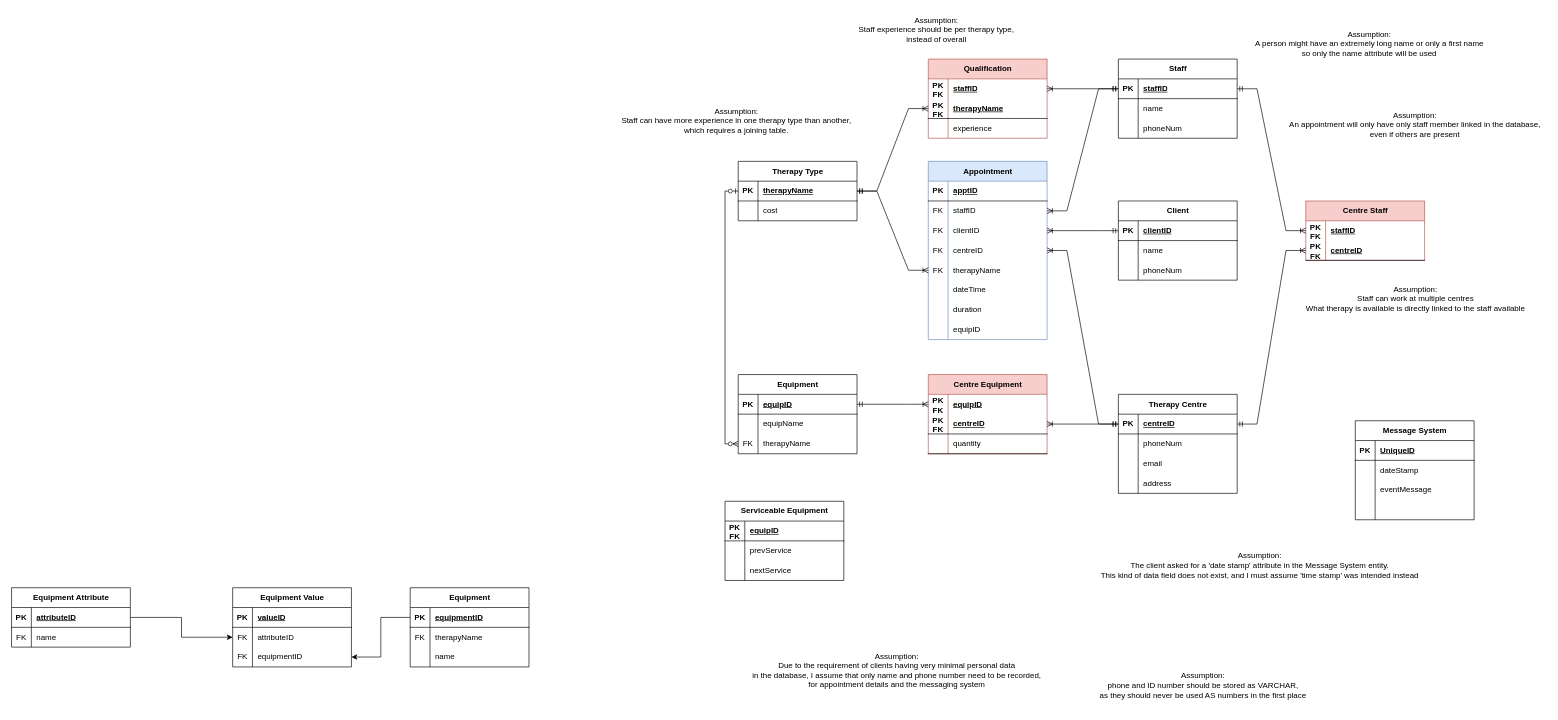
This is Task3a.drawio from Cowsox/Cowsox, a draw.io file, before an edit. Source tidied: cells renumbered, new cells numbered last; positions are measured from the earlier drawing's top-left corner, leaving out a move shared by most shapes. Both pictures are drawn from the tidied source at 66%, with x=0, y=0 at pixel (11, 11).
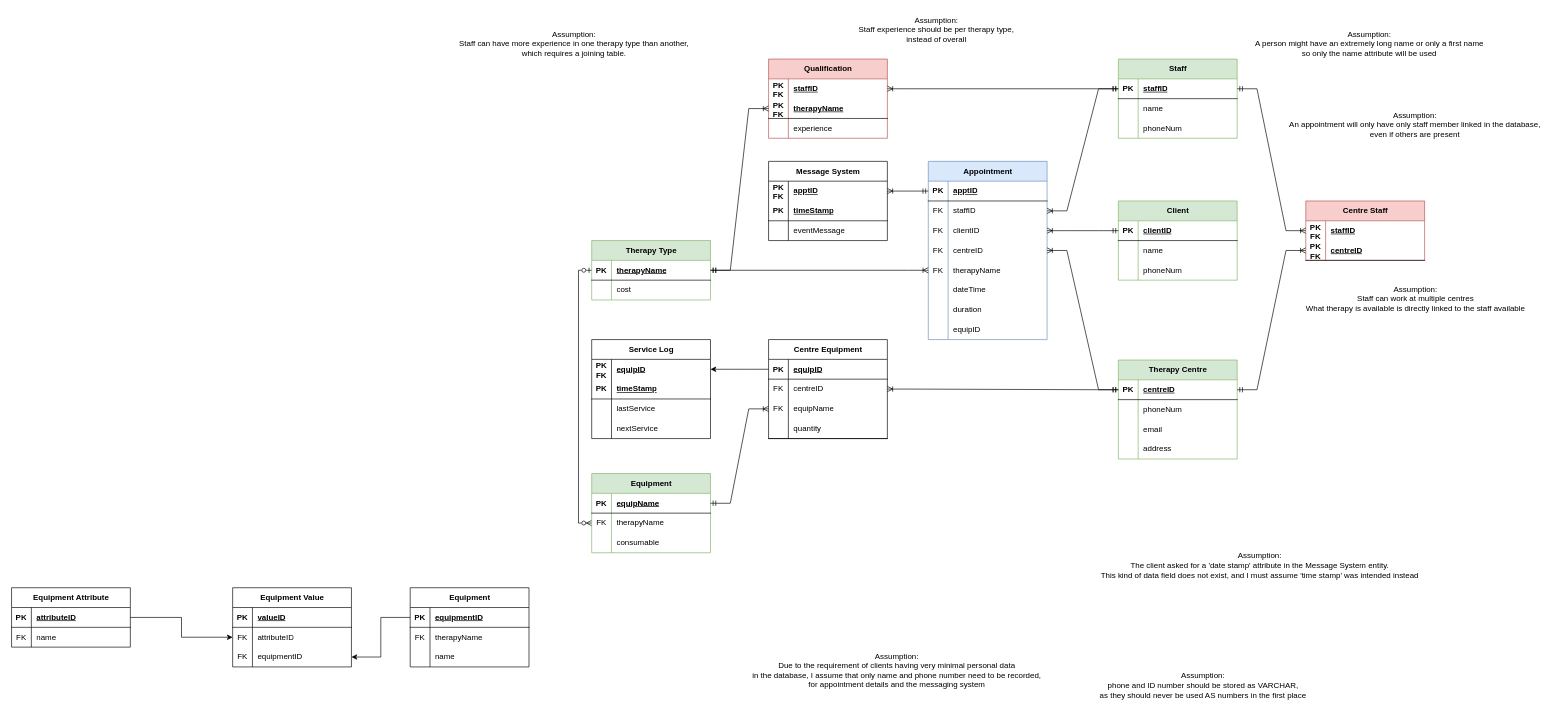
After the change.

Unchanged cells that the change refers to:
```xml
<mxCell id="23" style="shape=tableRow;horizontal=0;startSize=0;swimlaneHead=0;swimlaneBody=0;fillColor=none;points=[[0,0.5],[1,0.5]];portConstraint=eastwest;top=0;left=0;right=0;bottom=1;" parent="22" vertex="1">
  <mxGeometry y="30" width="180" height="30" as="geometry" />
</mxCell>
<mxCell id="44" style="shape=tableRow;horizontal=0;startSize=0;swimlaneHead=0;swimlaneBody=0;fillColor=none;points=[[0,0.5],[1,0.5]];portConstraint=eastwest;top=0;left=0;right=0;bottom=1;" parent="43" vertex="1">
  <mxGeometry y="30" width="180" height="30" as="geometry" />
</mxCell>
```

Change to the diagram source:
```diff
@@
-    <mxCell id="2" value="Client" style="shape=table;startSize=30;childLayout=tableLayout;rowLines=0;fontStyle=1;align=center;html=1;" parent="1" vertex="1">
+    <mxCell id="2" value="Client" style="shape=table;startSize=30;childLayout=tableLayout;rowLines=0;fontStyle=1;align=center;html=1;fillColor=#d5e8d4;strokeColor=#82b366;" parent="1" vertex="1">
       <mxGeometry x="1677" y="287" width="180" height="120" as="geometry" />
     </mxCell>
@@
-    <mxCell id="12" value="Staff" style="shape=table;startSize=30;childLayout=tableLayout;rowLines=0;fontStyle=1;align=center;html=1;" parent="1" vertex="1">
+    <mxCell id="12" value="Staff" style="shape=table;startSize=30;childLayout=tableLayout;rowLines=0;fontStyle=1;align=center;html=1;fillColor=#d5e8d4;strokeColor=#82b366;" parent="1" vertex="1">
       <mxGeometry x="1677" y="72" width="180" height="120" as="geometry" />
     </mxCell>
@@
-    <mxCell id="22" value="Therapy Centre" style="shape=table;startSize=30;childLayout=tableLayout;rowLines=0;fontStyle=1;align=center;html=1;" parent="1" vertex="1">
-      <mxGeometry x="1677" y="580" width="180" height="150" as="geometry" />
+    <mxCell id="22" value="Therapy Centre" style="shape=table;startSize=30;childLayout=tableLayout;rowLines=0;fontStyle=1;align=center;html=1;fillColor=#d5e8d4;strokeColor=#82b366;" parent="1" vertex="1">
+      <mxGeometry x="1677" y="528" width="180" height="150" as="geometry" />
     </mxCell>
@@
-    <mxCell id="36" value="Therapy Type" style="shape=table;startSize=30;childLayout=tableLayout;rowLines=0;fontStyle=1;align=center;html=1;" parent="1" vertex="1">
-      <mxGeometry x="1101" y="227" width="180" height="90" as="geometry" />
+    <mxCell id="36" value="Therapy Type" style="shape=table;startSize=30;childLayout=tableLayout;rowLines=0;fontStyle=1;align=center;html=1;fillColor=#d5e8d4;strokeColor=#82b366;" parent="1" vertex="1">
+      <mxGeometry x="879" y="347" width="180" height="90" as="geometry" />
     </mxCell>
@@
-    <mxCell id="78" value="Centre Equipment" style="shape=table;startSize=30;childLayout=tableLayout;rowLines=0;fontStyle=1;align=center;html=1;fillColor=#f8cecc;strokeColor=#b85450;" parent="1" vertex="1">
-      <mxGeometry x="1389" y="550" width="180" height="120" as="geometry" />
+    <mxCell id="78" value="Centre Equipment" style="shape=table;startSize=30;childLayout=tableLayout;rowLines=0;fontStyle=1;align=center;html=1;" parent="1" vertex="1">
+      <mxGeometry x="1147" y="497" width="180" height="150" as="geometry" />
     </mxCell>
-    <mxCell id="79" style="shape=tableRow;horizontal=0;startSize=0;swimlaneHead=0;swimlaneBody=0;fillColor=none;points=[[0,0.5],[1,0.5]];portConstraint=eastwest;top=0;left=0;right=0;bottom=0;strokeColor=inherit;" parent="78" vertex="1">
-      <mxGeometry y="30" width="180" height="30" as="geometry" />
-    </mxCell>
-    <mxCell id="80" value="PK FK" style="shape=partialRectangle;fillColor=none;top=0;left=0;bottom=0;right=0;fontStyle=1;overflow=hidden;whiteSpace=wrap;html=1;" parent="79" vertex="1">
-      <mxGeometry width="30" height="30" as="geometry" />
-    </mxCell>
-    <mxCell id="81" value="equipID" style="shape=partialRectangle;fillColor=none;top=0;left=0;bottom=0;right=0;align=left;spacingLeft=6;fontStyle=5;overflow=hidden;whiteSpace=wrap;html=1;strokeColor=inherit;" parent="79" vertex="1">
-      <mxGeometry x="30" width="150" height="30" as="geometry" />
-    </mxCell>
     <mxCell id="82" style="shape=tableRow;horizontal=0;startSize=0;swimlaneHead=0;swimlaneBody=0;fillColor=none;points=[[0,0.5],[1,0.5]];portConstraint=eastwest;top=0;left=0;right=0;bottom=1;" parent="78" vertex="1">
-      <mxGeometry y="60" width="180" height="30" as="geometry" />
+      <mxGeometry y="30" width="180" height="30" as="geometry" />
     </mxCell>
-    <mxCell id="83" value="PK FK" style="shape=partialRectangle;fillColor=none;top=0;left=0;bottom=0;right=0;fontStyle=1;overflow=hidden;whiteSpace=wrap;html=1;" parent="82" vertex="1">
+    <mxCell id="83" value="PK" style="shape=partialRectangle;fillColor=none;top=0;left=0;bottom=0;right=0;fontStyle=1;overflow=hidden;whiteSpace=wrap;html=1;" parent="82" vertex="1">
       <mxGeometry width="30" height="30" as="geometry" />
     </mxCell>
-    <mxCell id="84" value="centreID" style="shape=partialRectangle;fillColor=none;top=0;left=0;bottom=0;right=0;align=left;spacingLeft=6;fontStyle=5;overflow=hidden;whiteSpace=wrap;html=1;strokeColor=default;" parent="82" vertex="1">
+    <mxCell id="84" value="equipID" style="shape=partialRectangle;fillColor=none;top=0;left=0;bottom=0;right=0;align=left;spacingLeft=6;fontStyle=5;overflow=hidden;whiteSpace=wrap;html=1;strokeColor=default;" parent="82" vertex="1">
       <mxGeometry x="30" width="150" height="30" as="geometry" />
     </mxCell>
+    <mxCell id="175" style="shape=tableRow;horizontal=0;startSize=0;swimlaneHead=0;swimlaneBody=0;fillColor=none;points=[[0,0.5],[1,0.5]];portConstraint=eastwest;top=0;left=0;right=0;bottom=0;" parent="78" vertex="1">
+      <mxGeometry y="60" width="180" height="30" as="geometry" />
+    </mxCell>
+    <mxCell id="176" value="&lt;span style=&quot;font-weight: normal;&quot;&gt;FK&lt;/span&gt;" style="shape=partialRectangle;fillColor=none;top=0;left=0;bottom=0;right=0;fontStyle=1;overflow=hidden;whiteSpace=wrap;html=1;" parent="175" vertex="1">
+      <mxGeometry width="30" height="30" as="geometry" />
+    </mxCell>
+    <mxCell id="177" value="&lt;span style=&quot;font-weight: normal;&quot;&gt;centreID&lt;/span&gt;" style="shape=partialRectangle;fillColor=none;top=0;left=0;bottom=0;right=0;align=left;spacingLeft=6;fontStyle=1;overflow=hidden;whiteSpace=wrap;html=1;" parent="175" vertex="1">
+      <mxGeometry x="30" width="150" height="30" as="geometry" />
+    </mxCell>
+    <mxCell id="178" style="shape=tableRow;horizontal=0;startSize=0;swimlaneHead=0;swimlaneBody=0;fillColor=none;points=[[0,0.5],[1,0.5]];portConstraint=eastwest;top=0;left=0;right=0;bottom=0;" parent="78" vertex="1">
+      <mxGeometry y="90" width="180" height="30" as="geometry" />
+    </mxCell>
+    <mxCell id="179" value="&lt;span style=&quot;font-weight: normal;&quot;&gt;FK&lt;/span&gt;" style="shape=partialRectangle;fillColor=none;top=0;left=0;bottom=0;right=0;fontStyle=1;overflow=hidden;whiteSpace=wrap;html=1;" parent="178" vertex="1">
+      <mxGeometry width="30" height="30" as="geometry" />
+    </mxCell>
+    <mxCell id="180" value="&lt;span style=&quot;font-weight: normal;&quot;&gt;equipName&lt;/span&gt;" style="shape=partialRectangle;fillColor=none;top=0;left=0;bottom=0;right=0;align=left;spacingLeft=6;fontStyle=1;overflow=hidden;whiteSpace=wrap;html=1;" parent="178" vertex="1">
+      <mxGeometry x="30" width="150" height="30" as="geometry" />
+    </mxCell>
     <mxCell id="85" style="shape=tableRow;horizontal=0;startSize=0;swimlaneHead=0;swimlaneBody=0;fillColor=none;top=0;left=0;right=0;bottom=1;" parent="78" vertex="1">
-      <mxGeometry y="90" width="180" height="30" as="geometry" />
+      <mxGeometry y="120" width="180" height="30" as="geometry" />
     </mxCell>
@@
     <mxCell id="88" value="Qualification" style="shape=table;startSize=30;childLayout=tableLayout;rowLines=0;fontStyle=1;align=center;html=1;fillColor=#f8cecc;strokeColor=#b85450;" parent="1" vertex="1">
-      <mxGeometry x="1389" y="72" width="180" height="120" as="geometry" />
+      <mxGeometry x="1147" y="72" width="180" height="120" as="geometry" />
     </mxCell>
@@
-    <mxCell id="100" value="Serviceable Equipment" style="shape=table;startSize=30;childLayout=tableLayout;rowLines=0;fontStyle=1;align=center;html=1;" parent="1" vertex="1">
-      <mxGeometry x="1081" y="742" width="180" height="120" as="geometry" />
+    <mxCell id="100" value="Service Log" style="shape=table;startSize=30;childLayout=tableLayout;rowLines=0;fontStyle=1;align=center;html=1;" parent="1" vertex="1">
+      <mxGeometry x="879" y="497" width="180" height="150" as="geometry" />
     </mxCell>
+    <mxCell id="181" style="shape=tableRow;horizontal=0;startSize=0;swimlaneHead=0;swimlaneBody=0;fillColor=none;points=[[0,0.5],[1,0.5]];portConstraint=eastwest;top=0;left=0;right=0;bottom=0;" parent="100" vertex="1">
+      <mxGeometry y="30" width="180" height="30" as="geometry" />
+    </mxCell>
+    <mxCell id="182" value="PK FK" style="shape=partialRectangle;fillColor=none;top=0;left=0;bottom=0;right=0;fontStyle=1;overflow=hidden;whiteSpace=wrap;html=1;" parent="181" vertex="1">
+      <mxGeometry width="30" height="30" as="geometry" />
+    </mxCell>
+    <mxCell id="81" value="equipID" style="shape=partialRectangle;fillColor=none;top=0;left=0;bottom=0;right=0;align=left;spacingLeft=6;fontStyle=5;overflow=hidden;whiteSpace=wrap;html=1;" parent="181" vertex="1">
+      <mxGeometry x="30" width="150" height="30" as="geometry" />
+    </mxCell>
     <mxCell id="101" style="shape=tableRow;horizontal=0;startSize=0;swimlaneHead=0;swimlaneBody=0;fillColor=none;top=0;left=0;right=0;bottom=1;" parent="100" vertex="1">
-      <mxGeometry y="30" width="180" height="30" as="geometry" />
+      <mxGeometry y="60" width="180" height="30" as="geometry" />
     </mxCell>
-    <mxCell id="102" value="PK FK" style="shape=partialRectangle;fillColor=none;top=0;left=0;bottom=0;right=0;fontStyle=1;overflow=hidden;whiteSpace=wrap;html=1;" parent="101" vertex="1">
+    <mxCell id="102" value="PK" style="shape=partialRectangle;fillColor=none;top=0;left=0;bottom=0;right=0;fontStyle=1;overflow=hidden;whiteSpace=wrap;html=1;" parent="101" vertex="1">
       <mxGeometry width="30" height="30" as="geometry" />
     </mxCell>
-    <mxCell id="103" value="equipID" style="shape=partialRectangle;fillColor=none;top=0;left=0;bottom=0;right=0;align=left;spacingLeft=6;fontStyle=5;overflow=hidden;whiteSpace=wrap;html=1;" parent="101" vertex="1">
+    <mxCell id="103" value="timeStamp" style="shape=partialRectangle;fillColor=none;top=0;left=0;bottom=0;right=0;align=left;spacingLeft=6;fontStyle=5;overflow=hidden;whiteSpace=wrap;html=1;" parent="101" vertex="1">
       <mxGeometry x="30" width="150" height="30" as="geometry" />
     </mxCell>
     <mxCell id="104" style="shape=tableRow;horizontal=0;startSize=0;swimlaneHead=0;swimlaneBody=0;fillColor=none;top=0;left=0;right=0;bottom=0;" parent="100" vertex="1">
-      <mxGeometry y="60" width="180" height="30" as="geometry" />
+      <mxGeometry y="90" width="180" height="30" as="geometry" />
     </mxCell>
@@
-    <mxCell id="106" value="prevService" style="shape=partialRectangle;fillColor=none;top=0;left=0;bottom=0;right=0;align=left;spacingLeft=6;overflow=hidden;whiteSpace=wrap;html=1;" parent="104" vertex="1">
+    <mxCell id="106" value="lastService" style="shape=partialRectangle;fillColor=none;top=0;left=0;bottom=0;right=0;align=left;spacingLeft=6;overflow=hidden;whiteSpace=wrap;html=1;" parent="104" vertex="1">
       <mxGeometry x="30" width="150" height="30" as="geometry" />
     </mxCell>
     <mxCell id="107" style="shape=tableRow;horizontal=0;startSize=0;swimlaneHead=0;swimlaneBody=0;fillColor=none;top=0;left=0;right=0;bottom=0;" parent="100" vertex="1">
-      <mxGeometry y="90" width="180" height="30" as="geometry" />
+      <mxGeometry y="120" width="180" height="30" as="geometry" />
     </mxCell>
@@
-    <mxCell id="110" value="Equipment" style="shape=table;startSize=30;childLayout=tableLayout;rowLines=0;fontStyle=1;align=center;html=1;" parent="1" vertex="1">
-      <mxGeometry x="1101" y="550" width="180" height="120" as="geometry" />
+    <mxCell id="110" value="Equipment" style="shape=table;startSize=30;childLayout=tableLayout;rowLines=0;fontStyle=1;align=center;html=1;fillColor=#d5e8d4;strokeColor=#82b366;" parent="1" vertex="1">
+      <mxGeometry x="879" y="700" width="180" height="120" as="geometry" />
     </mxCell>
+    <mxCell id="183" style="shape=tableRow;horizontal=0;startSize=0;swimlaneHead=0;swimlaneBody=0;fillColor=none;points=[[0,0.5],[1,0.5]];portConstraint=eastwest;top=0;left=0;right=0;bottom=1;" parent="110" vertex="1">
+      <mxGeometry y="30" width="180" height="30" as="geometry" />
+    </mxCell>
+    <mxCell id="184" value="PK" style="shape=partialRectangle;fillColor=none;top=0;left=0;bottom=0;right=0;fontStyle=1;overflow=hidden;whiteSpace=wrap;html=1;" parent="183" vertex="1">
+      <mxGeometry width="30" height="30" as="geometry" />
+    </mxCell>
+    <mxCell id="185" value="equipName" style="shape=partialRectangle;fillColor=none;top=0;left=0;bottom=0;right=0;align=left;spacingLeft=6;fontStyle=5;overflow=hidden;whiteSpace=wrap;html=1;" parent="183" vertex="1">
+      <mxGeometry x="30" width="150" height="30" as="geometry" />
+    </mxCell>
+    <mxCell id="117" style="shape=tableRow;horizontal=0;startSize=0;swimlaneHead=0;swimlaneBody=0;fillColor=none;points=[[0,0.5],[1,0.5]];portConstraint=eastwest;top=0;left=0;right=0;bottom=0;" parent="110" vertex="1">
+      <mxGeometry y="60" width="180" height="30" as="geometry" />
+    </mxCell>
+    <mxCell id="118" value="FK" style="shape=partialRectangle;fillColor=none;top=0;left=0;bottom=0;right=0;overflow=hidden;whiteSpace=wrap;html=1;" parent="117" vertex="1">
+      <mxGeometry width="30" height="30" as="geometry" />
+    </mxCell>
+    <mxCell id="119" value="therapyName" style="shape=partialRectangle;fillColor=none;top=0;left=0;bottom=0;right=0;align=left;spacingLeft=6;overflow=hidden;whiteSpace=wrap;html=1;" parent="117" vertex="1">
+      <mxGeometry x="30" width="150" height="30" as="geometry" />
+    </mxCell>
-    <mxCell id="111" style="shape=tableRow;horizontal=0;startSize=0;swimlaneHead=0;swimlaneBody=0;fillColor=none;points=[[0,0.5],[1,0.5]];portConstraint=eastwest;top=0;left=0;right=0;bottom=1;" parent="110" vertex="1">
-      <mxGeometry y="30" width="180" height="30" as="geometry" />
+    <mxCell id="111" style="shape=tableRow;horizontal=0;startSize=0;swimlaneHead=0;swimlaneBody=0;fillColor=none;points=[[0,0.5],[1,0.5]];portConstraint=eastwest;top=0;left=0;right=0;bottom=0;fontStyle=0;" parent="110" vertex="1">
+      <mxGeometry y="90" width="180" height="30" as="geometry" />
     </mxCell>
-    <mxCell id="112" value="PK" style="shape=partialRectangle;fillColor=none;top=0;left=0;bottom=0;right=0;fontStyle=1;overflow=hidden;whiteSpace=wrap;html=1;" parent="111" vertex="1">
+    <mxCell id="112" style="shape=partialRectangle;fillColor=none;top=0;left=0;bottom=0;right=0;fontStyle=1;overflow=hidden;whiteSpace=wrap;html=1;" parent="111" vertex="1">
       <mxGeometry width="30" height="30" as="geometry" />
     </mxCell>
-    <mxCell id="113" value="equipID" style="shape=partialRectangle;fillColor=none;top=0;left=0;bottom=0;right=0;align=left;spacingLeft=6;fontStyle=5;overflow=hidden;whiteSpace=wrap;html=1;" parent="111" vertex="1">
+    <mxCell id="113" value="&lt;span style=&quot;font-weight: 400;&quot;&gt;consumable&lt;/span&gt;" style="shape=partialRectangle;fillColor=none;top=0;left=0;bottom=0;right=0;align=left;spacingLeft=6;fontStyle=1;overflow=hidden;whiteSpace=wrap;html=1;" parent="111" vertex="1">
       <mxGeometry x="30" width="150" height="30" as="geometry" />
     </mxCell>
-    <mxCell id="114" style="shape=tableRow;horizontal=0;startSize=0;swimlaneHead=0;swimlaneBody=0;fillColor=none;top=0;left=0;right=0;bottom=0;" parent="110" vertex="1">
-      <mxGeometry y="60" width="180" height="30" as="geometry" />
-    </mxCell>
-    <mxCell id="115" style="shape=partialRectangle;fillColor=none;top=0;left=0;bottom=0;right=0;overflow=hidden;whiteSpace=wrap;html=1;" parent="114" vertex="1">
-      <mxGeometry width="30" height="30" as="geometry" />
-    </mxCell>
-    <mxCell id="116" value="equipName" style="shape=partialRectangle;fillColor=none;top=0;left=0;bottom=0;right=0;align=left;spacingLeft=6;overflow=hidden;whiteSpace=wrap;html=1;" parent="114" vertex="1">
-      <mxGeometry x="30" width="150" height="30" as="geometry" />
-    </mxCell>
-    <mxCell id="117" style="shape=tableRow;horizontal=0;startSize=0;swimlaneHead=0;swimlaneBody=0;fillColor=none;points=[[0,0.5],[1,0.5]];portConstraint=eastwest;top=0;left=0;right=0;bottom=0;" parent="110" vertex="1">
-      <mxGeometry y="90" width="180" height="30" as="geometry" />
-    </mxCell>
-    <mxCell id="118" value="FK" style="shape=partialRectangle;fillColor=none;top=0;left=0;bottom=0;right=0;overflow=hidden;whiteSpace=wrap;html=1;" parent="117" vertex="1">
-      <mxGeometry width="30" height="30" as="geometry" />
-    </mxCell>
-    <mxCell id="119" value="therapyName" style="shape=partialRectangle;fillColor=none;top=0;left=0;bottom=0;right=0;align=left;spacingLeft=6;overflow=hidden;whiteSpace=wrap;html=1;" parent="117" vertex="1">
-      <mxGeometry x="30" width="150" height="30" as="geometry" />
-    </mxCell>
-    <mxCell id="120" style="edgeStyle=entityRelationEdgeStyle;rounded=0;jettySize=auto;html=1;exitX=1;exitY=0.5;exitDx=0;exitDy=0;entryX=0;entryY=0.5;entryDx=0;entryDy=0;endArrow=ERoneToMany;endFill=0;startArrow=ERmandOne;startFill=0;" parent="1" edge="1" source="111" target="79">
+    <mxCell id="120" style="edgeStyle=entityRelationEdgeStyle;rounded=0;jettySize=auto;html=1;exitX=1;exitY=0.5;exitDx=0;exitDy=0;endArrow=ERoneToMany;endFill=0;startArrow=ERmandOne;startFill=0;entryX=0;entryY=0.5;entryDx=0;entryDy=0;" parent="1" edge="1" source="183" target="178">
       <mxGeometry relative="1" as="geometry" />
     </mxCell>
-    <mxCell id="121" style="edgeStyle=entityRelationEdgeStyle;rounded=0;jettySize=auto;html=1;exitX=1;exitY=0.5;exitDx=0;exitDy=0;entryX=0;entryY=0.5;entryDx=0;entryDy=0;endArrow=ERmandOne;endFill=0;startArrow=ERoneToMany;startFill=0;" parent="1" edge="1" source="82" target="23">
+    <mxCell id="121" style="edgeStyle=entityRelationEdgeStyle;rounded=0;jettySize=auto;html=1;entryX=0;entryY=0.5;entryDx=0;entryDy=0;endArrow=ERmandOne;endFill=0;startArrow=ERoneToMany;startFill=0;exitX=1;exitY=0.5;exitDx=0;exitDy=0;" parent="1" edge="1" source="175" target="23">
       <mxGeometry relative="1" as="geometry" />
     </mxCell>
@@
     <mxCell id="126" value="&lt;div&gt;Assumption:&lt;/div&gt;&lt;div&gt;Staff can have more experience in one therapy type than another,&lt;/div&gt;&lt;div&gt;which requires a joining table.&lt;br&gt;&lt;/div&gt;" style="text;html=1;align=center;verticalAlign=middle;strokeColor=none;fillColor=none;" parent="1" vertex="1">
-      <mxGeometry x="915" y="137" width="366" height="55" as="geometry" />
+      <mxGeometry x="669" y="21.5" width="366" height="55" as="geometry" />
     </mxCell>
@@
     <mxCell id="158" value="Message System" style="shape=table;startSize=30;childLayout=tableLayout;rowLines=0;fontStyle=1;align=center;html=1;" parent="1" vertex="1">
-      <mxGeometry x="2036" y="620" width="180" height="150" as="geometry" />
+      <mxGeometry x="1147" y="227" width="180" height="120" as="geometry" />
     </mxCell>
+    <mxCell id="186" style="shape=tableRow;horizontal=0;startSize=0;swimlaneHead=0;swimlaneBody=0;fillColor=none;points=[[0,0.5],[1,0.5]];portConstraint=eastwest;top=0;left=0;right=0;bottom=0;" parent="158" vertex="1">
+      <mxGeometry y="30" width="180" height="30" as="geometry" />
+    </mxCell>
+    <mxCell id="187" value="PK FK" style="shape=partialRectangle;fillColor=none;top=0;left=0;bottom=0;right=0;fontStyle=1;overflow=hidden;whiteSpace=wrap;html=1;" parent="186" vertex="1">
+      <mxGeometry width="30" height="30" as="geometry" />
+    </mxCell>
+    <mxCell id="188" value="apptID" style="shape=partialRectangle;fillColor=none;top=0;left=0;bottom=0;right=0;align=left;spacingLeft=6;fontStyle=5;overflow=hidden;whiteSpace=wrap;html=1;" parent="186" vertex="1">
+      <mxGeometry x="30" width="150" height="30" as="geometry" />
+    </mxCell>
     <mxCell id="159" style="shape=tableRow;horizontal=0;startSize=0;swimlaneHead=0;swimlaneBody=0;fillColor=none;top=0;left=0;right=0;bottom=1;" parent="158" vertex="1">
-      <mxGeometry y="30" width="180" height="30" as="geometry" />
+      <mxGeometry y="60" width="180" height="30" as="geometry" />
     </mxCell>
@@
-    <mxCell id="161" value="UniqueID" style="shape=partialRectangle;fillColor=none;top=0;left=0;bottom=0;right=0;align=left;spacingLeft=6;fontStyle=5;overflow=hidden;whiteSpace=wrap;html=1;" parent="159" vertex="1">
+    <mxCell id="161" value="timeStamp" style="shape=partialRectangle;fillColor=none;top=0;left=0;bottom=0;right=0;align=left;spacingLeft=6;fontStyle=5;overflow=hidden;whiteSpace=wrap;html=1;" parent="159" vertex="1">
       <mxGeometry x="30" width="150" height="30" as="geometry" />
     </mxCell>
-    <mxCell id="162" style="shape=tableRow;horizontal=0;startSize=0;swimlaneHead=0;swimlaneBody=0;fillColor=none;top=0;left=0;right=0;bottom=0;" parent="158" vertex="1">
-      <mxGeometry y="60" width="180" height="30" as="geometry" />
-    </mxCell>
-    <mxCell id="163" style="shape=partialRectangle;fillColor=none;top=0;left=0;bottom=0;right=0;overflow=hidden;whiteSpace=wrap;html=1;" parent="162" vertex="1">
-      <mxGeometry width="30" height="30" as="geometry" />
-    </mxCell>
-    <mxCell id="164" value="dateStamp" style="shape=partialRectangle;fillColor=none;top=0;left=0;bottom=0;right=0;align=left;spacingLeft=6;overflow=hidden;whiteSpace=wrap;html=1;" parent="162" vertex="1">
-      <mxGeometry x="30" width="150" height="30" as="geometry" />
-    </mxCell>
@@
-    <mxCell id="168" style="shape=tableRow;horizontal=0;startSize=0;swimlaneHead=0;swimlaneBody=0;fillColor=none;top=0;left=0;right=0;bottom=0;" parent="158" vertex="1">
-      <mxGeometry y="120" width="180" height="30" as="geometry" />
-    </mxCell>
-    <mxCell id="169" style="shape=partialRectangle;fillColor=none;top=0;left=0;bottom=0;right=0;overflow=hidden;whiteSpace=wrap;html=1;" parent="168" vertex="1">
-      <mxGeometry width="30" height="30" as="geometry" />
-    </mxCell>
-    <mxCell id="170" style="shape=partialRectangle;fillColor=none;top=0;left=0;bottom=0;right=0;align=left;spacingLeft=6;overflow=hidden;whiteSpace=wrap;html=1;" parent="168" vertex="1">
-      <mxGeometry x="30" width="150" height="30" as="geometry" />
-    </mxCell>
@@
+    <mxCell id="189" style="edgeStyle=entityRelationEdgeStyle;rounded=0;jettySize=auto;html=1;exitX=0;exitY=0.5;exitDx=0;exitDy=0;entryX=1;entryY=0.5;entryDx=0;entryDy=0;" parent="1" edge="1" source="82" target="181">
+      <mxGeometry relative="1" as="geometry" />
+    </mxCell>
+    <mxCell id="190" style="edgeStyle=orthogonalEdgeStyle;rounded=0;jettySize=auto;html=1;exitX=0;exitY=0.5;exitDx=0;exitDy=0;entryX=1;entryY=0.5;entryDx=0;entryDy=0;endArrow=ERoneToMany;endFill=0;startArrow=ERmandOne;startFill=0;" parent="1" edge="1" source="44" target="186">
+      <mxGeometry relative="1" as="geometry" />
+    </mxCell>
```
